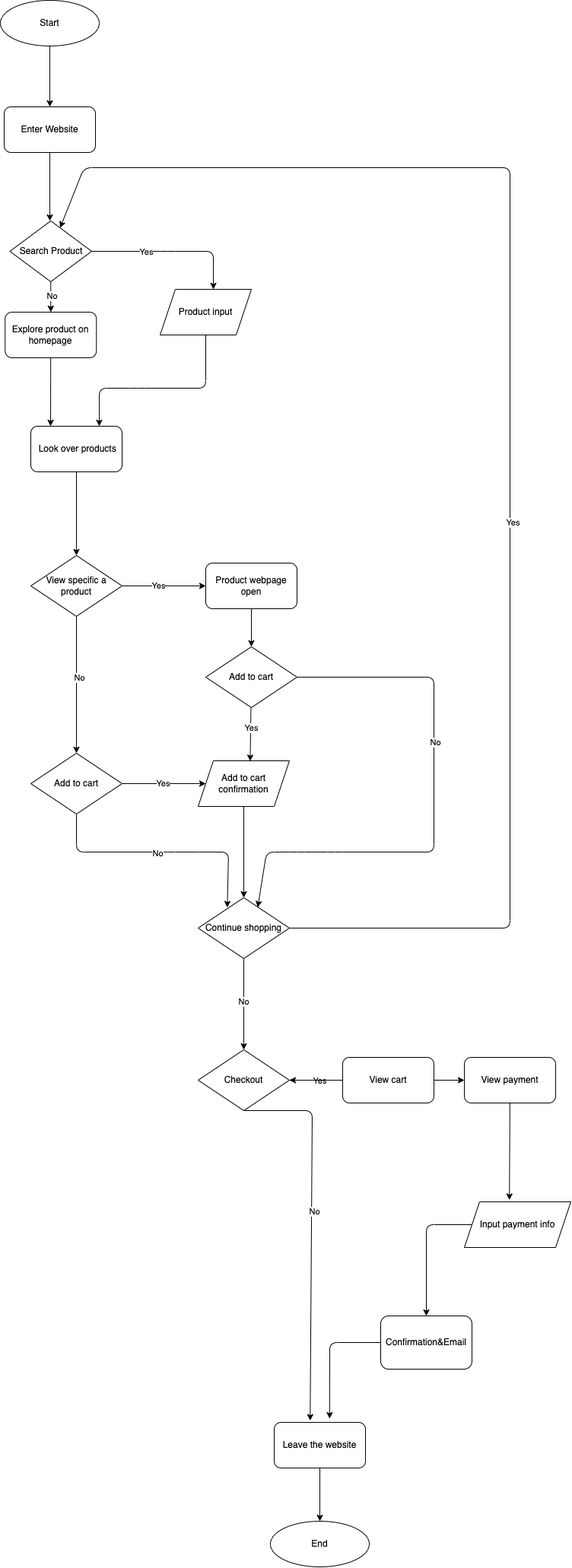
This is explore/diagramming/diagram.drawio.png from ZhuoyangM/fa22-cse110-lab4, a draw.io export, as it was before one commit. Source tidied: cells renumbered, new cells last; positions are measured from the earlier drawing's top-left corner, leaving out a move shared by most shapes. The source it was exported from:
```xml
<mxGraphModel>
  <root>
    <mxCell id="0" />
    <mxCell id="1" parent="0" />
    <mxCell id="2" value="Start" style="ellipse;whiteSpace=wrap;html=1;" parent="1" vertex="1">
      <mxGeometry width="130" height="60" as="geometry" />
    </mxCell>
    <mxCell id="3" style="endArrow=classic;html=1;" parent="1" edge="1" source="2">
      <mxGeometry relative="1" as="geometry">
        <mxPoint x="65" y="140" as="targetPoint" />
      </mxGeometry>
    </mxCell>
    <mxCell id="4" value="Enter Website" style="rounded=1;whiteSpace=wrap;html=1;" parent="1" vertex="1">
      <mxGeometry x="5" y="140" width="120" height="60" as="geometry" />
    </mxCell>
    <mxCell id="5" style="endArrow=classic;html=1;" parent="1" edge="1" source="4">
      <mxGeometry relative="1" as="geometry">
        <mxPoint x="65" y="290" as="targetPoint" />
      </mxGeometry>
    </mxCell>
    <mxCell id="6" style="edgeStyle=none;html=1;entryX=0.5;entryY=0;entryDx=0;entryDy=0;" parent="1" edge="1" source="8" target="14">
      <mxGeometry relative="1" as="geometry" />
    </mxCell>
    <mxCell id="7" value="No" style="edgeLabel;html=1;align=center;verticalAlign=middle;" parent="6" vertex="1">
      <mxGeometry x="-0.14" y="1" relative="1" as="geometry" />
    </mxCell>
    <mxCell id="8" value="Search Product" style="rhombus;whiteSpace=wrap;html=1;" parent="1" vertex="1">
      <mxGeometry x="12.5" y="290" width="107.5" height="80" as="geometry" />
    </mxCell>
    <mxCell id="9" style="endArrow=classic;html=1;" parent="1" edge="1" source="8">
      <mxGeometry relative="1" as="geometry">
        <mxPoint x="280" y="380" as="targetPoint" />
        <Array as="points">
          <mxPoint x="220" y="330" />
          <mxPoint x="280" y="330" />
        </Array>
      </mxGeometry>
    </mxCell>
    <mxCell id="10" value="Yes" style="edgeLabel;html=1;align=center;verticalAlign=middle;" parent="9" vertex="1">
      <mxGeometry x="-0.33" relative="1" as="geometry" />
    </mxCell>
    <mxCell id="11" style="edgeStyle=none;html=1;entryX=0.75;entryY=0;entryDx=0;entryDy=0;" parent="1" edge="1" source="12" target="16">
      <mxGeometry relative="1" as="geometry">
        <Array as="points">
          <mxPoint x="270" y="510" />
          <mxPoint x="180" y="510" />
          <mxPoint x="130" y="510" />
          <mxPoint x="130" y="540" />
        </Array>
      </mxGeometry>
    </mxCell>
    <mxCell id="12" value="Product input" style="shape=parallelogram;perimeter=parallelogramPerimeter;whiteSpace=wrap;html=1;fixedSize=1;" parent="1" vertex="1">
      <mxGeometry x="210" y="380" width="120" height="60" as="geometry" />
    </mxCell>
    <mxCell id="13" style="edgeStyle=none;html=1;" parent="1" edge="1" source="14">
      <mxGeometry relative="1" as="geometry">
        <mxPoint x="66" y="560" as="targetPoint" />
      </mxGeometry>
    </mxCell>
    <mxCell id="14" value="Explore product on homepage" style="rounded=1;whiteSpace=wrap;html=1;" parent="1" vertex="1">
      <mxGeometry x="6.2" y="410" width="120" height="60" as="geometry" />
    </mxCell>
    <mxCell id="15" style="edgeStyle=none;html=1;" parent="1" edge="1" source="16">
      <mxGeometry relative="1" as="geometry">
        <mxPoint x="100" y="730" as="targetPoint" />
      </mxGeometry>
    </mxCell>
    <mxCell id="16" value="&amp;nbsp;Look over products" style="rounded=1;whiteSpace=wrap;html=1;" parent="1" vertex="1">
      <mxGeometry x="40" y="560" width="120" height="60" as="geometry" />
    </mxCell>
    <mxCell id="17" style="edgeStyle=none;html=1;entryX=0.5;entryY=0;entryDx=0;entryDy=0;" parent="1" edge="1" source="21" target="29">
      <mxGeometry relative="1" as="geometry" />
    </mxCell>
    <mxCell id="18" value="No" style="edgeLabel;html=1;align=center;verticalAlign=middle;" parent="17" vertex="1">
      <mxGeometry x="-0.11" y="3" relative="1" as="geometry" />
    </mxCell>
    <mxCell id="19" style="edgeStyle=none;html=1;" parent="1" edge="1" source="21">
      <mxGeometry relative="1" as="geometry">
        <mxPoint x="270" y="770" as="targetPoint" />
      </mxGeometry>
    </mxCell>
    <mxCell id="20" value="Yes" style="edgeLabel;html=1;align=center;verticalAlign=middle;" parent="19" vertex="1">
      <mxGeometry x="-0.16" y="1" relative="1" as="geometry" />
    </mxCell>
    <mxCell id="21" value="View specific a product" style="rhombus;whiteSpace=wrap;html=1;" parent="1" vertex="1">
      <mxGeometry x="40" y="730" width="120" height="80" as="geometry" />
    </mxCell>
    <mxCell id="22" style="edgeStyle=none;html=1;" parent="1" edge="1" source="23" target="34">
      <mxGeometry relative="1" as="geometry" />
    </mxCell>
    <mxCell id="23" value="Product webpage open" style="rounded=1;whiteSpace=wrap;html=1;" parent="1" vertex="1">
      <mxGeometry x="270" y="740" width="120" height="60" as="geometry" />
    </mxCell>
    <mxCell id="24" style="edgeStyle=none;html=1;exitX=0.5;exitY=1;exitDx=0;exitDy=0;" parent="1" edge="1" source="29">
      <mxGeometry relative="1" as="geometry">
        <mxPoint x="100" y="1070" as="targetPoint" />
      </mxGeometry>
    </mxCell>
    <mxCell id="25" style="edgeStyle=none;html=1;" parent="1" edge="1" source="29" target="36">
      <mxGeometry relative="1" as="geometry" />
    </mxCell>
    <mxCell id="26" value="Yes" style="edgeLabel;html=1;align=center;verticalAlign=middle;" parent="25" vertex="1">
      <mxGeometry x="-0.03" y="1" relative="1" as="geometry" />
    </mxCell>
    <mxCell id="27" style="edgeStyle=none;html=1;entryX=0.319;entryY=0.16;entryDx=0;entryDy=0;entryPerimeter=0;" parent="1" edge="1" source="29" target="41">
      <mxGeometry relative="1" as="geometry">
        <Array as="points">
          <mxPoint x="100" y="1120" />
          <mxPoint x="220" y="1120" />
          <mxPoint x="270" y="1120" />
          <mxPoint x="300" y="1120" />
        </Array>
      </mxGeometry>
    </mxCell>
    <mxCell id="28" value="No" style="edgeLabel;html=1;align=center;verticalAlign=middle;" parent="27" vertex="1">
      <mxGeometry x="-0.03" y="-1" relative="1" as="geometry" />
    </mxCell>
    <mxCell id="29" value="Add to cart" style="rhombus;whiteSpace=wrap;html=1;" parent="1" vertex="1">
      <mxGeometry x="40" y="990" width="120" height="80" as="geometry" />
    </mxCell>
    <mxCell id="30" style="edgeStyle=none;html=1;entryX=0.57;entryY=0.007;entryDx=0;entryDy=0;entryPerimeter=0;" parent="1" edge="1" source="34" target="36">
      <mxGeometry relative="1" as="geometry" />
    </mxCell>
    <mxCell id="31" value="Yes" style="edgeLabel;html=1;align=center;verticalAlign=middle;" parent="30" vertex="1">
      <mxGeometry x="-0.26" relative="1" as="geometry" />
    </mxCell>
    <mxCell id="32" style="edgeStyle=none;html=1;entryX=0.653;entryY=0.16;entryDx=0;entryDy=0;entryPerimeter=0;" parent="1" edge="1" source="34" target="41">
      <mxGeometry relative="1" as="geometry">
        <Array as="points">
          <mxPoint x="570" y="890" />
          <mxPoint x="570" y="1120" />
          <mxPoint x="440" y="1120" />
          <mxPoint x="390" y="1120" />
          <mxPoint x="350" y="1120" />
        </Array>
      </mxGeometry>
    </mxCell>
    <mxCell id="33" value="No" style="edgeLabel;html=1;align=center;verticalAlign=middle;" parent="32" vertex="1">
      <mxGeometry x="-0.25" y="1" relative="1" as="geometry" />
    </mxCell>
    <mxCell id="34" value="Add to cart" style="rhombus;whiteSpace=wrap;html=1;" parent="1" vertex="1">
      <mxGeometry x="270" y="850" width="120" height="80" as="geometry" />
    </mxCell>
    <mxCell id="35" style="edgeStyle=none;html=1;" parent="1" edge="1" source="36">
      <mxGeometry relative="1" as="geometry">
        <mxPoint x="320" y="1180" as="targetPoint" />
      </mxGeometry>
    </mxCell>
    <mxCell id="36" value="Add to cart confirmation" style="shape=parallelogram;perimeter=parallelogramPerimeter;whiteSpace=wrap;html=1;fixedSize=1;" parent="1" vertex="1">
      <mxGeometry x="260" y="1000" width="120" height="60" as="geometry" />
    </mxCell>
    <mxCell id="37" style="edgeStyle=none;html=1;" parent="1" edge="1" source="41" target="8">
      <mxGeometry relative="1" as="geometry">
        <Array as="points">
          <mxPoint x="670" y="1220" />
          <mxPoint x="670" y="220" />
          <mxPoint x="110" y="220" />
        </Array>
      </mxGeometry>
    </mxCell>
    <mxCell id="38" value="Yes" style="edgeLabel;html=1;align=center;verticalAlign=middle;" parent="37" vertex="1">
      <mxGeometry x="-0.15" y="-3" relative="1" as="geometry" />
    </mxCell>
    <mxCell id="39" style="edgeStyle=none;html=1;exitX=0.5;exitY=1;exitDx=0;exitDy=0;" parent="1" edge="1" source="41">
      <mxGeometry relative="1" as="geometry">
        <mxPoint x="320" y="1380" as="targetPoint" />
      </mxGeometry>
    </mxCell>
    <mxCell id="40" value="No" style="edgeLabel;html=1;align=center;verticalAlign=middle;" parent="39" vertex="1">
      <mxGeometry x="-0.07" y="-1" relative="1" as="geometry" />
    </mxCell>
    <mxCell id="41" value="Continue shopping" style="rhombus;whiteSpace=wrap;html=1;" parent="1" vertex="1">
      <mxGeometry x="260" y="1180" width="120" height="80" as="geometry" />
    </mxCell>
    <mxCell id="42" style="edgeStyle=none;html=1;exitX=0.5;exitY=1;exitDx=0;exitDy=0;entryX=0.394;entryY=-0.039;entryDx=0;entryDy=0;entryPerimeter=0;" parent="1" edge="1" source="46" target="48">
      <mxGeometry relative="1" as="geometry">
        <Array as="points">
          <mxPoint x="410" y="1460" />
        </Array>
      </mxGeometry>
    </mxCell>
    <mxCell id="43" value="No" style="edgeLabel;html=1;align=center;verticalAlign=middle;" parent="42" vertex="1">
      <mxGeometry x="-0.11" y="3" relative="1" as="geometry" />
    </mxCell>
    <mxCell id="44" style="edgeStyle=none;html=1;exitX=1;exitY=0.5;exitDx=0;exitDy=0;" parent="1" edge="1" source="46">
      <mxGeometry relative="1" as="geometry">
        <mxPoint x="470" y="1420" as="targetPoint" />
      </mxGeometry>
    </mxCell>
    <mxCell id="45" value="Yes" style="edgeLabel;html=1;align=center;verticalAlign=middle;" parent="44" vertex="1">
      <mxGeometry x="-0.13" relative="1" as="geometry">
        <mxPoint x="-1" as="offset" />
      </mxGeometry>
    </mxCell>
    <mxCell id="46" value="Checkout" style="rhombus;whiteSpace=wrap;html=1;" parent="1" vertex="1">
      <mxGeometry x="260" y="1380" width="120" height="80" as="geometry" />
    </mxCell>
    <mxCell id="47" style="edgeStyle=none;html=1;entryX=0.5;entryY=0;entryDx=0;entryDy=0;" parent="1" edge="1" source="48" target="49">
      <mxGeometry relative="1" as="geometry" />
    </mxCell>
    <mxCell id="48" value="Leave the website" style="rounded=1;whiteSpace=wrap;html=1;" parent="1" vertex="1">
      <mxGeometry x="360" y="1870" width="120" height="60" as="geometry" />
    </mxCell>
    <mxCell id="49" value="End" style="ellipse;whiteSpace=wrap;html=1;" parent="1" vertex="1">
      <mxGeometry x="355" y="2000" width="130" height="60" as="geometry" />
    </mxCell>
    <mxCell id="50" style="edgeStyle=none;html=1;exitX=1;exitY=0.5;exitDx=0;exitDy=0;entryX=0;entryY=0.5;entryDx=0;entryDy=0;" parent="1" edge="1" source="52" target="54">
      <mxGeometry relative="1" as="geometry" />
    </mxCell>
    <mxCell id="51" style="edgeStyle=none;html=1;exitX=0;exitY=0.5;exitDx=0;exitDy=0;" parent="1" edge="1" source="52" target="46">
      <mxGeometry relative="1" as="geometry" />
    </mxCell>
    <mxCell id="52" value="View cart" style="rounded=1;whiteSpace=wrap;html=1;" parent="1" vertex="1">
      <mxGeometry x="450" y="1390" width="120" height="60" as="geometry" />
    </mxCell>
    <mxCell id="53" style="edgeStyle=none;html=1;entryX=0.423;entryY=-0.041;entryDx=0;entryDy=0;entryPerimeter=0;" parent="1" edge="1" source="54" target="56">
      <mxGeometry relative="1" as="geometry" />
    </mxCell>
    <mxCell id="54" value="View payment" style="rounded=1;whiteSpace=wrap;html=1;" parent="1" vertex="1">
      <mxGeometry x="610" y="1390" width="120" height="60" as="geometry" />
    </mxCell>
    <mxCell id="55" style="edgeStyle=none;html=1;exitX=0;exitY=0.5;exitDx=0;exitDy=0;" parent="1" edge="1" source="56" target="58">
      <mxGeometry relative="1" as="geometry">
        <Array as="points">
          <mxPoint x="560" y="1610" />
        </Array>
      </mxGeometry>
    </mxCell>
    <mxCell id="56" value="Input payment info" style="shape=parallelogram;perimeter=parallelogramPerimeter;whiteSpace=wrap;html=1;fixedSize=1;" parent="1" vertex="1">
      <mxGeometry x="610" y="1580" width="140" height="60" as="geometry" />
    </mxCell>
    <mxCell id="57" style="edgeStyle=none;html=1;entryX=0.607;entryY=-0.082;entryDx=0;entryDy=0;entryPerimeter=0;" parent="1" edge="1" source="58" target="48">
      <mxGeometry relative="1" as="geometry">
        <Array as="points">
          <mxPoint x="433" y="1765" />
        </Array>
      </mxGeometry>
    </mxCell>
    <mxCell id="58" value="Confirmation&amp;amp;Email" style="rounded=1;whiteSpace=wrap;html=1;" parent="1" vertex="1">
      <mxGeometry x="500" y="1730" width="120" height="70" as="geometry" />
    </mxCell>
  </root>
</mxGraphModel>
```
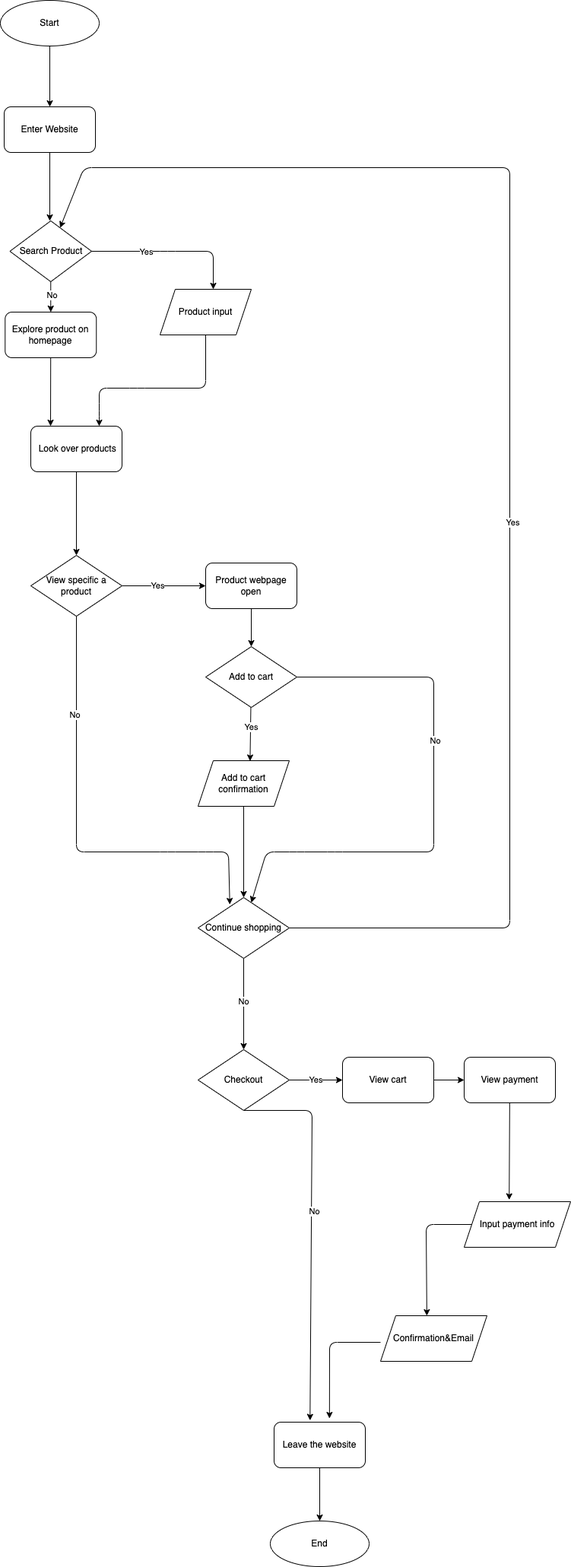
The same file after the commit.

What changed in the source:
```diff
@@ -68,16 +68,8 @@
     <mxCell id="16" value="&amp;nbsp;Look over products" style="rounded=1;whiteSpace=wrap;html=1;" parent="1" vertex="1">
       <mxGeometry x="40" y="560" width="120" height="60" as="geometry" />
     </mxCell>
-    <mxCell id="17" style="edgeStyle=none;html=1;entryX=0.5;entryY=0;entryDx=0;entryDy=0;" parent="1" edge="1" source="21" target="29">
-      <mxGeometry relative="1" as="geometry" />
-    </mxCell>
-    <mxCell id="18" value="No" style="edgeLabel;html=1;align=center;verticalAlign=middle;" parent="17" vertex="1">
-      <mxGeometry x="-0.11" y="3" relative="1" as="geometry" />
-    </mxCell>
-    <mxCell id="19" style="edgeStyle=none;html=1;" parent="1" edge="1" source="21">
-      <mxGeometry relative="1" as="geometry">
-        <mxPoint x="270" y="770" as="targetPoint" />
-      </mxGeometry>
+    <mxCell id="19" style="edgeStyle=none;html=1;entryX=0;entryY=0.5;entryDx=0;entryDy=0;" parent="1" edge="1" source="21" target="23">
+      <mxGeometry relative="1" as="geometry" />
     </mxCell>
     <mxCell id="20" value="Yes" style="edgeLabel;html=1;align=center;verticalAlign=middle;" parent="19" vertex="1">
       <mxGeometry x="-0.16" y="1" relative="1" as="geometry" />
@@ -91,18 +83,13 @@
     <mxCell id="23" value="Product webpage open" style="rounded=1;whiteSpace=wrap;html=1;" parent="1" vertex="1">
       <mxGeometry x="270" y="740" width="120" height="60" as="geometry" />
     </mxCell>
-    <mxCell id="24" style="edgeStyle=none;html=1;exitX=0.5;exitY=1;exitDx=0;exitDy=0;" parent="1" edge="1" source="29">
+    <mxCell id="24" style="edgeStyle=none;html=1;exitX=0.5;exitY=1;exitDx=0;exitDy=0;" parent="1" edge="1">
       <mxGeometry relative="1" as="geometry">
+        <mxPoint x="100" y="1070" as="sourcePoint" />
         <mxPoint x="100" y="1070" as="targetPoint" />
       </mxGeometry>
     </mxCell>
-    <mxCell id="25" style="edgeStyle=none;html=1;" parent="1" edge="1" source="29" target="36">
-      <mxGeometry relative="1" as="geometry" />
-    </mxCell>
-    <mxCell id="26" value="Yes" style="edgeLabel;html=1;align=center;verticalAlign=middle;" parent="25" vertex="1">
-      <mxGeometry x="-0.03" y="1" relative="1" as="geometry" />
-    </mxCell>
-    <mxCell id="27" style="edgeStyle=none;html=1;entryX=0.319;entryY=0.16;entryDx=0;entryDy=0;entryPerimeter=0;" parent="1" edge="1" source="29" target="41">
+    <mxCell id="27" style="edgeStyle=none;html=1;exitX=0.5;exitY=1;exitDx=0;exitDy=0;entryX=0.348;entryY=0.113;entryDx=0;entryDy=0;entryPerimeter=0;" parent="1" edge="1" source="21" target="41">
       <mxGeometry relative="1" as="geometry">
         <Array as="points">
           <mxPoint x="100" y="1120" />
@@ -112,19 +99,16 @@
         </Array>
       </mxGeometry>
     </mxCell>
-    <mxCell id="28" value="No" style="edgeLabel;html=1;align=center;verticalAlign=middle;" parent="27" vertex="1">
-      <mxGeometry x="-0.03" y="-1" relative="1" as="geometry" />
-    </mxCell>
-    <mxCell id="29" value="Add to cart" style="rhombus;whiteSpace=wrap;html=1;" parent="1" vertex="1">
-      <mxGeometry x="40" y="990" width="120" height="80" as="geometry" />
-    </mxCell>
+    <mxCell id="59" value="No" style="edgeLabel;html=1;align=center;verticalAlign=middle;" parent="27" vertex="1">
+      <mxGeometry x="-0.56" y="-3" relative="1" as="geometry" />
+    </mxCell>
     <mxCell id="30" style="edgeStyle=none;html=1;entryX=0.57;entryY=0.007;entryDx=0;entryDy=0;entryPerimeter=0;" parent="1" edge="1" source="34" target="36">
       <mxGeometry relative="1" as="geometry" />
     </mxCell>
     <mxCell id="31" value="Yes" style="edgeLabel;html=1;align=center;verticalAlign=middle;" parent="30" vertex="1">
       <mxGeometry x="-0.26" relative="1" as="geometry" />
     </mxCell>
-    <mxCell id="32" style="edgeStyle=none;html=1;entryX=0.653;entryY=0.16;entryDx=0;entryDy=0;entryPerimeter=0;" parent="1" edge="1" source="34" target="41">
+    <mxCell id="32" style="edgeStyle=none;html=1;" parent="1" edge="1" source="34" target="41">
       <mxGeometry relative="1" as="geometry">
         <Array as="points">
           <mxPoint x="570" y="890" />
@@ -182,16 +166,9 @@
     <mxCell id="43" value="No" style="edgeLabel;html=1;align=center;verticalAlign=middle;" parent="42" vertex="1">
       <mxGeometry x="-0.11" y="3" relative="1" as="geometry" />
     </mxCell>
-    <mxCell id="44" style="edgeStyle=none;html=1;exitX=1;exitY=0.5;exitDx=0;exitDy=0;" parent="1" edge="1" source="46">
-      <mxGeometry relative="1" as="geometry">
-        <mxPoint x="470" y="1420" as="targetPoint" />
-      </mxGeometry>
-    </mxCell>
-    <mxCell id="45" value="Yes" style="edgeLabel;html=1;align=center;verticalAlign=middle;" parent="44" vertex="1">
-      <mxGeometry x="-0.13" relative="1" as="geometry">
-        <mxPoint x="-1" as="offset" />
-      </mxGeometry>
-    </mxCell>
+    <mxCell id="60" value="Yes" style="edgeStyle=none;html=1;exitX=1;exitY=0.5;exitDx=0;exitDy=0;entryX=0;entryY=0.5;entryDx=0;entryDy=0;" parent="1" edge="1" source="46" target="52">
+      <mxGeometry relative="1" as="geometry" />
+    </mxCell>
     <mxCell id="46" value="Checkout" style="rhombus;whiteSpace=wrap;html=1;" parent="1" vertex="1">
       <mxGeometry x="260" y="1380" width="120" height="80" as="geometry" />
     </mxCell>
@@ -207,9 +184,6 @@
     <mxCell id="50" style="edgeStyle=none;html=1;exitX=1;exitY=0.5;exitDx=0;exitDy=0;entryX=0;entryY=0.5;entryDx=0;entryDy=0;" parent="1" edge="1" source="52" target="54">
       <mxGeometry relative="1" as="geometry" />
     </mxCell>
-    <mxCell id="51" style="edgeStyle=none;html=1;exitX=0;exitY=0.5;exitDx=0;exitDy=0;" parent="1" edge="1" source="52" target="46">
-      <mxGeometry relative="1" as="geometry" />
-    </mxCell>
     <mxCell id="52" value="View cart" style="rounded=1;whiteSpace=wrap;html=1;" parent="1" vertex="1">
       <mxGeometry x="450" y="1390" width="120" height="60" as="geometry" />
     </mxCell>
@@ -219,7 +193,7 @@
     <mxCell id="54" value="View payment" style="rounded=1;whiteSpace=wrap;html=1;" parent="1" vertex="1">
       <mxGeometry x="610" y="1390" width="120" height="60" as="geometry" />
     </mxCell>
-    <mxCell id="55" style="edgeStyle=none;html=1;exitX=0;exitY=0.5;exitDx=0;exitDy=0;" parent="1" edge="1" source="56" target="58">
+    <mxCell id="55" style="edgeStyle=none;html=1;exitX=0;exitY=0.5;exitDx=0;exitDy=0;entryX=0.435;entryY=0;entryDx=0;entryDy=0;entryPerimeter=0;" parent="1" edge="1" source="56" target="58">
       <mxGeometry relative="1" as="geometry">
         <Array as="points">
           <mxPoint x="560" y="1610" />
@@ -229,15 +203,16 @@
     <mxCell id="56" value="Input payment info" style="shape=parallelogram;perimeter=parallelogramPerimeter;whiteSpace=wrap;html=1;fixedSize=1;" parent="1" vertex="1">
       <mxGeometry x="610" y="1580" width="140" height="60" as="geometry" />
     </mxCell>
-    <mxCell id="57" style="edgeStyle=none;html=1;entryX=0.607;entryY=-0.082;entryDx=0;entryDy=0;entryPerimeter=0;" parent="1" edge="1" source="58" target="48">
+    <mxCell id="57" style="edgeStyle=none;html=1;entryX=0.607;entryY=-0.082;entryDx=0;entryDy=0;entryPerimeter=0;" parent="1" edge="1" target="48">
       <mxGeometry relative="1" as="geometry">
+        <mxPoint x="500" y="1765" as="sourcePoint" />
         <Array as="points">
           <mxPoint x="433" y="1765" />
         </Array>
       </mxGeometry>
     </mxCell>
-    <mxCell id="58" value="Confirmation&amp;amp;Email" style="rounded=1;whiteSpace=wrap;html=1;" parent="1" vertex="1">
-      <mxGeometry x="500" y="1730" width="120" height="70" as="geometry" />
+    <mxCell id="58" value="Confirmation&amp;amp;Email" style="shape=parallelogram;perimeter=parallelogramPerimeter;whiteSpace=wrap;html=1;fixedSize=1;" parent="1" vertex="1">
+      <mxGeometry x="500" y="1730" width="140" height="60" as="geometry" />
     </mxCell>
   </root>
 </mxGraphModel>
```
